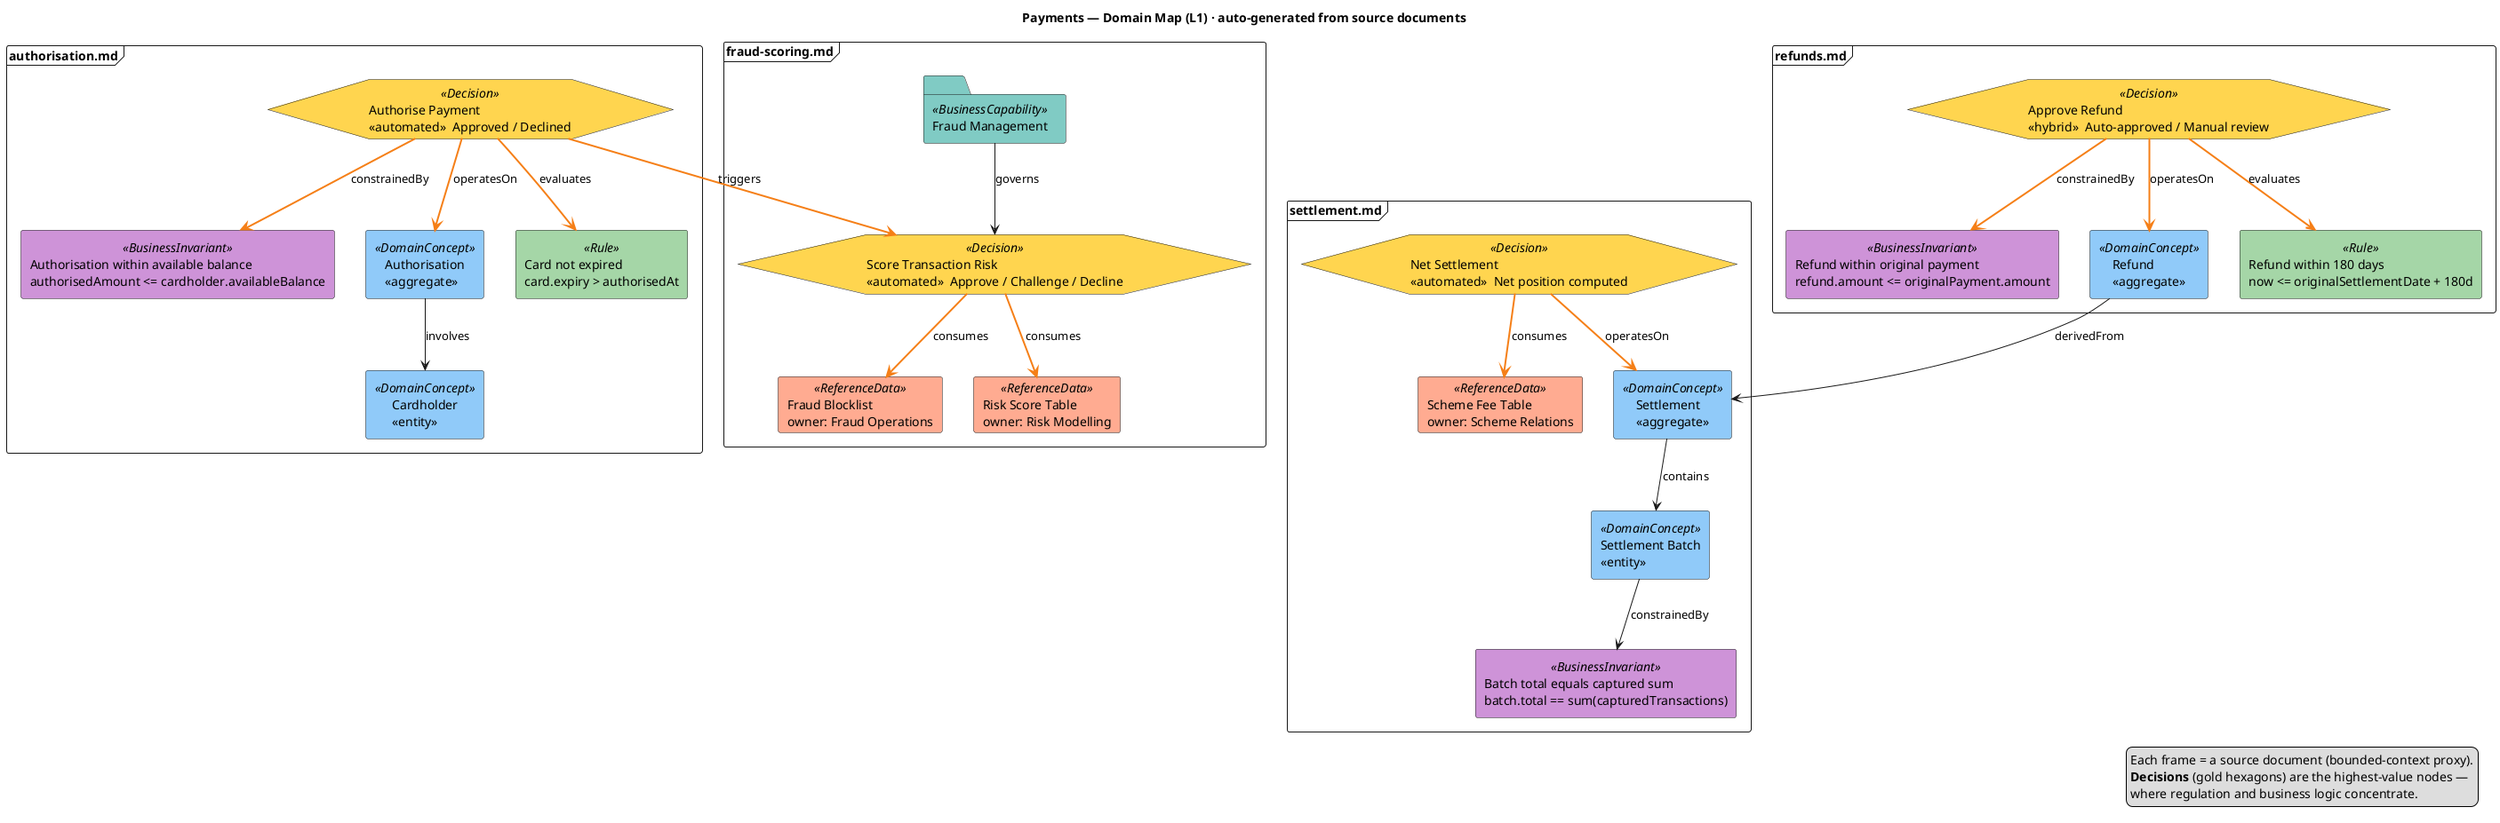
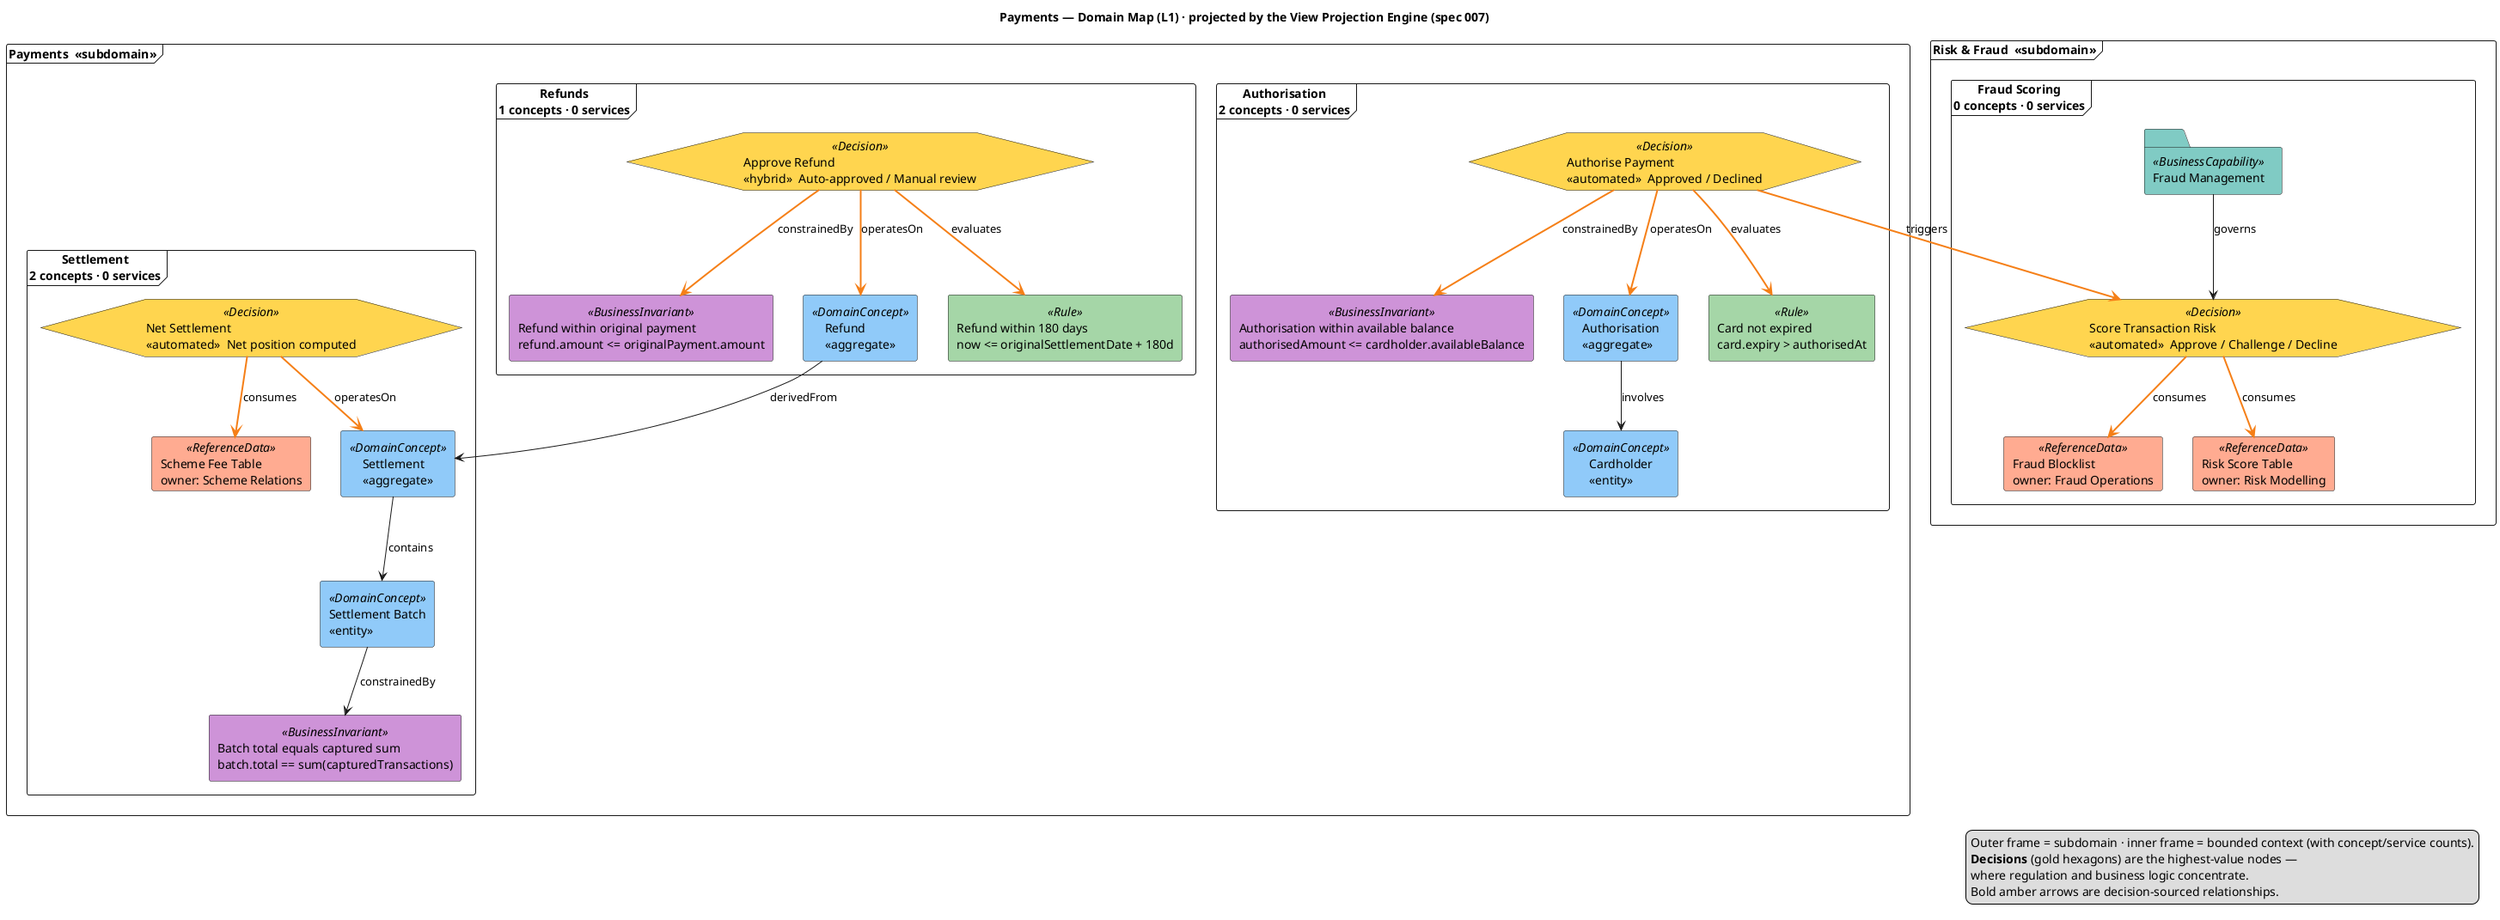
@startuml payments-domain-map
- title Payments — Domain Map (L1) · auto-generated from source documents
+ title Payments — Domain Map (L1) · projected by the View Projection Engine (spec 007)
skinparam shadowing false
skinparam defaultFontName Helvetica
skinparam packageStyle frame
legend right
-   Each frame = a source document (bounded-context proxy).
+   Outer frame = subdomain · inner frame = bounded context (with concept/service counts).
  <b>Decisions</b> (gold hexagons) are the highest-value nodes —
  where regulation and business logic concentrate.
+   Bold amber arrows are decision-sourced relationships.
endlegend

- package "authorisation.md" {
-   rectangle "Authorisation within available balance\nauthorisedAmount <= cardholder.availableBalance" as n_inv_auth_balance <<BusinessInvariant>> #CE93D8
-   hexagon "Authorise Payment\n«automated»  Approved / Declined" as n_d_authorise <<Decision>> #FFD54F
-   rectangle "Authorisation\n«aggregate»" as n_e_authorisation <<DomainConcept>> #90CAF9
-   rectangle "Cardholder\n«entity»" as n_e_cardholder <<DomainConcept>> #90CAF9
-   rectangle "Card not expired\ncard.expiry > authorisedAt" as n_rule_card_expiry <<Rule>> #A5D6A7
+ package "Payments  «subdomain»" as n_sd_payments {
+   package "Authorisation\n2 concepts · 0 services" as n_bc_authorisation {
+     rectangle "Authorisation within available balance\nauthorisedAmount <= cardholder.availableBalance" as n_inv_auth_balance <<BusinessInvariant>> #CE93D8
+     hexagon "Authorise Payment\n«automated»  Approved / Declined" as n_d_authorise <<Decision>> #FFD54F
+     rectangle "Authorisation\n«aggregate»" as n_e_authorisation <<DomainConcept>> #90CAF9
+     rectangle "Cardholder\n«entity»" as n_e_cardholder <<DomainConcept>> #90CAF9
+     rectangle "Card not expired\ncard.expiry > authorisedAt" as n_rule_card_expiry <<Rule>> #A5D6A7
+   }
+   package "Refunds\n1 concepts · 0 services" as n_bc_refunds {
+     rectangle "Refund within original payment\nrefund.amount <= originalPayment.amount" as n_inv_refund_amount <<BusinessInvariant>> #CE93D8
+     hexagon "Approve Refund\n«hybrid»  Auto-approved / Manual review" as n_d_approve_refund <<Decision>> #FFD54F
+     rectangle "Refund\n«aggregate»" as n_e_refund <<DomainConcept>> #90CAF9
+     rectangle "Refund within 180 days\nnow <= originalSettlementDate + 180d" as n_rule_refund_window <<Rule>> #A5D6A7
+   }
+   package "Settlement\n2 concepts · 0 services" as n_bc_settlement {
+     rectangle "Batch total equals captured sum\nbatch.total == sum(capturedTransactions)" as n_inv_settlement_total <<BusinessInvariant>> #CE93D8
+     hexagon "Net Settlement\n«automated»  Net position computed" as n_d_net_settlement <<Decision>> #FFD54F
+     rectangle "Settlement\n«aggregate»" as n_e_settlement <<DomainConcept>> #90CAF9
+     rectangle "Settlement Batch\n«entity»" as n_e_settlement_batch <<DomainConcept>> #90CAF9
+     card "Scheme Fee Table\nowner: Scheme Relations" as n_ref_scheme_fee <<ReferenceData>> #FFAB91
+   }
}

- package "fraud-scoring.md" {
-   folder "Fraud Management" as n_cap_fraud_mgmt <<BusinessCapability>> #80CBC4
-   hexagon "Score Transaction Risk\n«automated»  Approve / Challenge / Decline" as n_d_score_risk <<Decision>> #FFD54F
-   card "Fraud Blocklist\nowner: Fraud Operations" as n_ref_fraud_blocklist <<ReferenceData>> #FFAB91
-   card "Risk Score Table\nowner: Risk Modelling" as n_ref_risk_score <<ReferenceData>> #FFAB91
+ package "Risk & Fraud  «subdomain»" as n_sd_risk {
+   package "Fraud Scoring\n0 concepts · 0 services" as n_bc_fraud {
+     folder "Fraud Management" as n_cap_fraud_mgmt <<BusinessCapability>> #80CBC4
+     hexagon "Score Transaction Risk\n«automated»  Approve / Challenge / Decline" as n_d_score_risk <<Decision>> #FFD54F
+     card "Fraud Blocklist\nowner: Fraud Operations" as n_ref_fraud_blocklist <<ReferenceData>> #FFAB91
+     card "Risk Score Table\nowner: Risk Modelling" as n_ref_risk_score <<ReferenceData>> #FFAB91
+   }
}

- package "refunds.md" {
-   rectangle "Refund within original payment\nrefund.amount <= originalPayment.amount" as n_inv_refund_amount <<BusinessInvariant>> #CE93D8
-   hexagon "Approve Refund\n«hybrid»  Auto-approved / Manual review" as n_d_approve_refund <<Decision>> #FFD54F
-   rectangle "Refund\n«aggregate»" as n_e_refund <<DomainConcept>> #90CAF9
-   rectangle "Refund within 180 days\nnow <= originalSettlementDate + 180d" as n_rule_refund_window <<Rule>> #A5D6A7
- }
- 
- package "settlement.md" {
-   rectangle "Batch total equals captured sum\nbatch.total == sum(capturedTransactions)" as n_inv_settlement_total <<BusinessInvariant>> #CE93D8
-   hexagon "Net Settlement\n«automated»  Net position computed" as n_d_net_settlement <<Decision>> #FFD54F
-   rectangle "Settlement\n«aggregate»" as n_e_settlement <<DomainConcept>> #90CAF9
-   rectangle "Settlement Batch\n«entity»" as n_e_settlement_batch <<DomainConcept>> #90CAF9
-   card "Scheme Fee Table\nowner: Scheme Relations" as n_ref_scheme_fee <<ReferenceData>> #FFAB91
- }
- 
- n_cap_fraud_mgmt --> n_d_score_risk : governs
n_e_authorisation --> n_e_cardholder : involves
- n_e_refund --> n_e_settlement : derivedFrom
- n_e_settlement --> n_e_settlement_batch : contains
- n_e_settlement_batch --> n_inv_settlement_total : constrainedBy
- n_d_approve_refund -[#F57F17,bold]-> n_e_refund : operatesOn
- n_d_approve_refund -[#F57F17,bold]-> n_rule_refund_window : evaluates
- n_d_approve_refund -[#F57F17,bold]-> n_inv_refund_amount : constrainedBy
n_d_authorise -[#F57F17,bold]-> n_e_authorisation : operatesOn
n_d_authorise -[#F57F17,bold]-> n_rule_card_expiry : evaluates
n_d_authorise -[#F57F17,bold]-> n_inv_auth_balance : constrainedBy
n_d_authorise -[#F57F17,bold]-> n_d_score_risk : triggers
+ n_e_refund --> n_e_settlement : derivedFrom
+ n_d_approve_refund -[#F57F17,bold]-> n_e_refund : operatesOn
+ n_d_approve_refund -[#F57F17,bold]-> n_rule_refund_window : evaluates
+ n_d_approve_refund -[#F57F17,bold]-> n_inv_refund_amount : constrainedBy
+ n_e_settlement --> n_e_settlement_batch : contains
+ n_e_settlement_batch --> n_inv_settlement_total : constrainedBy
n_d_net_settlement -[#F57F17,bold]-> n_e_settlement : operatesOn
n_d_net_settlement -[#F57F17,bold]-> n_ref_scheme_fee : consumes
+ n_cap_fraud_mgmt --> n_d_score_risk : governs
n_d_score_risk -[#F57F17,bold]-> n_ref_risk_score : consumes
n_d_score_risk -[#F57F17,bold]-> n_ref_fraud_blocklist : consumes
@enduml
